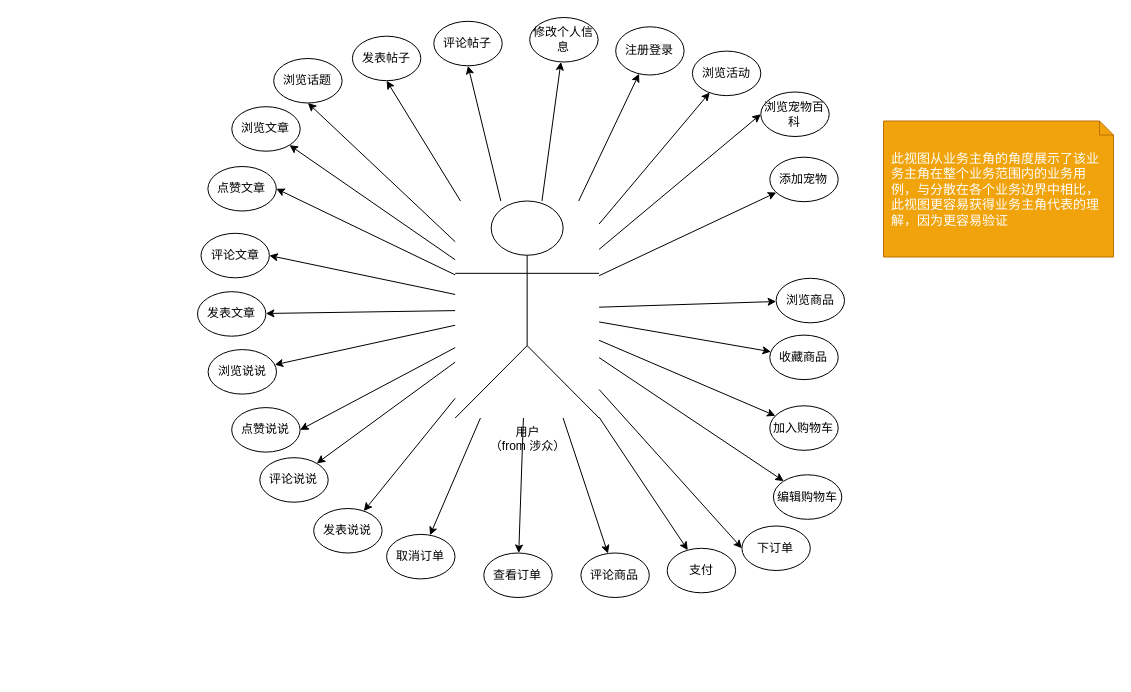
Earlier version of the draw.io diagram uml-业务模型.drawio (JMHello/draw). Source tidied: cells renumbered, new cells numbered last; positions are measured from the earlier drawing's top-left corner, leaving out a move shared by most shapes. Both pictures are drawn from the tidied source at 100%, with x=0, y=0 at pixel (197, 17).
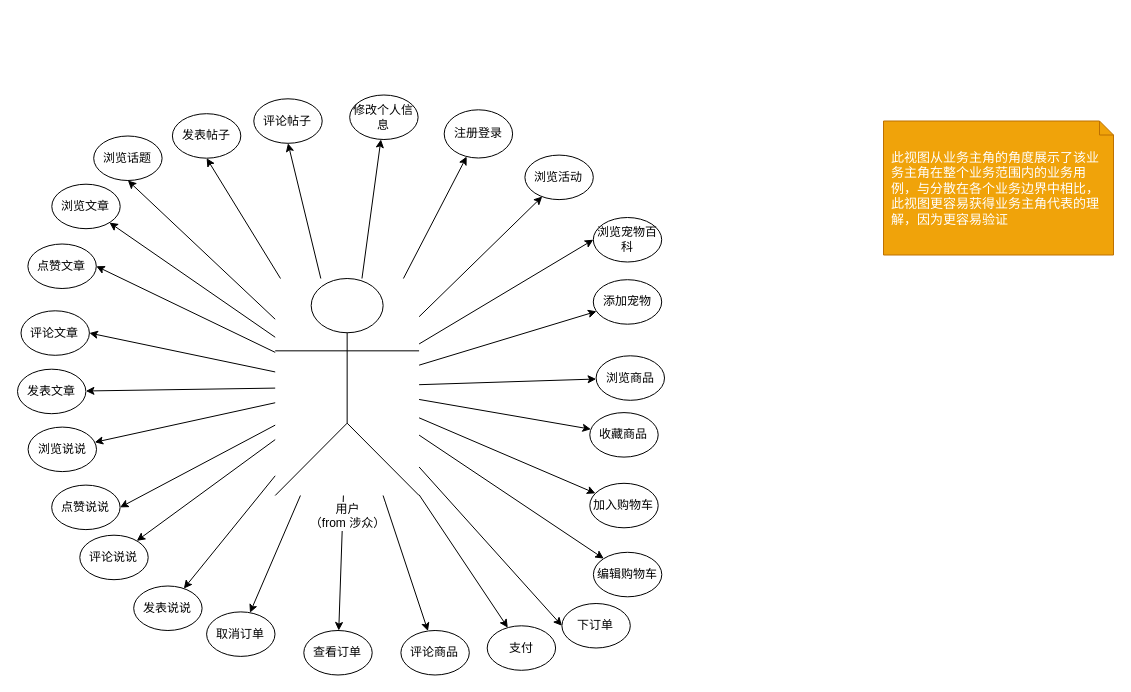
After the change.

The edit, as a diff of the source:
```diff
@@
-    <mxCell id="2" style="group;" parent="1" vertex="1">
-      <mxGeometry width="647" height="580" as="geometry" />
-    </mxCell>
-    <mxCell id="3" value="用户&lt;br&gt;（from 涉众）&lt;br&gt;" style="shape=umlActor;verticalLabelPosition=bottom;labelBackgroundColor=#ffffff;verticalAlign=top;html=1;" parent="2" vertex="1">
-      <mxGeometry x="257.7" y="183.5" width="143.9" height="217" as="geometry" />
-    </mxCell>
+    <mxCell id="54" value="此视图从业务主角的角度展示了该业务主角在整个业务范围内的业务用例，与分散在各个业务边界中相比，此视图更容易获得业务主角代表的理解，因为更容易验证" style="shape=note;whiteSpace=wrap;html=1;size=14;verticalAlign=middle;align=left;spacingTop=0;fillColor=#f0a30a;strokeColor=#BD7000;fontColor=#ffffff;spacingLeft=6;spacingRight=6;fontSize=13;" parent="1" vertex="1">
+      <mxGeometry x="686" y="103.5" width="230" height="134" as="geometry" />
+    </mxCell>
-    <mxCell id="4" value="注册登录" style="ellipse;whiteSpace=wrap;html=1;" parent="2" vertex="1">
-      <mxGeometry x="418.2" y="9.3" width="68.4" height="48.2" as="geometry" />
+    <mxCell id="4" value="注册登录" style="ellipse;whiteSpace=wrap;html=1;" parent="1" vertex="1">
+      <mxGeometry x="246.7" y="92.3" width="68.4" height="48.2" as="geometry" />
     </mxCell>
-    <mxCell id="5" style="edgeStyle=none;rounded=0;jettySize=auto;html=1;" parent="2" edge="1" source="3" target="4">
+    <mxCell id="5" style="edgeStyle=none;rounded=0;jettySize=auto;html=1;" parent="1" edge="1" source="3" target="4">
       <mxGeometry relative="1" as="geometry" />
     </mxCell>
-    <mxCell id="6" value="浏览话题" style="ellipse;whiteSpace=wrap;html=1;" parent="2" vertex="1">
-      <mxGeometry x="76.2" y="41" width="68.4" height="44.5" as="geometry" />
+    <mxCell id="6" value="浏览话题" style="ellipse;whiteSpace=wrap;html=1;" parent="1" vertex="1">
+      <mxGeometry x="-103.8" y="118.5" width="68.4" height="44.5" as="geometry" />
     </mxCell>
-    <mxCell id="7" style="edgeStyle=none;rounded=0;jettySize=auto;html=1;entryX=0.5;entryY=1;entryDx=0;entryDy=0;" parent="2" edge="1" source="3" target="6">
+    <mxCell id="7" style="edgeStyle=none;rounded=0;jettySize=auto;html=1;entryX=0.5;entryY=1;entryDx=0;entryDy=0;" parent="1" edge="1" source="3" target="6">
       <mxGeometry relative="1" as="geometry" />
     </mxCell>
-    <mxCell id="8" value="浏览文章" style="ellipse;whiteSpace=wrap;html=1;" parent="2" vertex="1">
-      <mxGeometry x="34.3" y="89.2" width="68.4" height="44.5" as="geometry" />
+    <mxCell id="8" value="浏览文章" style="ellipse;whiteSpace=wrap;html=1;" parent="1" vertex="1">
+      <mxGeometry x="-145.7" y="166.7" width="68.4" height="44.5" as="geometry" />
     </mxCell>
-    <mxCell id="9" style="edgeStyle=none;rounded=0;jettySize=auto;html=1;" parent="2" edge="1" source="3" target="8">
+    <mxCell id="9" style="edgeStyle=none;rounded=0;jettySize=auto;html=1;" parent="1" edge="1" source="3" target="8">
       <mxGeometry relative="1" as="geometry" />
     </mxCell>
-    <mxCell id="10" value="点赞文章" style="ellipse;whiteSpace=wrap;html=1;" parent="2" vertex="1">
-      <mxGeometry x="10.4" y="149" width="68.4" height="44.5" as="geometry" />
+    <mxCell id="10" value="点赞文章" style="ellipse;whiteSpace=wrap;html=1;" parent="1" vertex="1">
+      <mxGeometry x="-169.6" y="226.5" width="68.4" height="44.5" as="geometry" />
     </mxCell>
-    <mxCell id="11" style="edgeStyle=none;rounded=0;jettySize=auto;html=1;entryX=1;entryY=0.5;entryDx=0;entryDy=0;" parent="2" edge="1" source="3" target="10">
+    <mxCell id="11" style="edgeStyle=none;rounded=0;jettySize=auto;html=1;entryX=1;entryY=0.5;entryDx=0;entryDy=0;" parent="1" edge="1" source="3" target="10">
       <mxGeometry relative="1" as="geometry" />
     </mxCell>
-    <mxCell id="12" value="修改个人信息" style="ellipse;whiteSpace=wrap;html=1;" parent="2" vertex="1">
-      <mxGeometry x="332.2" width="68.4" height="44.5" as="geometry" />
+    <mxCell id="12" value="修改个人信息" style="ellipse;whiteSpace=wrap;html=1;" parent="1" vertex="1">
+      <mxGeometry x="152.2" y="77.5" width="68.4" height="44.5" as="geometry" />
     </mxCell>
-    <mxCell id="13" style="edgeStyle=none;rounded=0;jettySize=auto;html=1;" parent="2" edge="1" source="3" target="12">
+    <mxCell id="13" style="edgeStyle=none;rounded=0;jettySize=auto;html=1;" parent="1" edge="1" source="3" target="12">
       <mxGeometry relative="1" as="geometry" />
     </mxCell>
-    <mxCell id="14" value="评论文章" style="ellipse;whiteSpace=wrap;html=1;" parent="2" vertex="1">
-      <mxGeometry x="3.5" y="215.8" width="68.4" height="44.5" as="geometry" />
+    <mxCell id="14" value="评论文章" style="ellipse;whiteSpace=wrap;html=1;" parent="1" vertex="1">
+      <mxGeometry x="-176.5" y="293.3" width="68.4" height="44.5" as="geometry" />
     </mxCell>
-    <mxCell id="15" style="edgeStyle=none;rounded=0;jettySize=auto;html=1;entryX=1;entryY=0.5;entryDx=0;entryDy=0;" parent="2" edge="1" source="3" target="14">
+    <mxCell id="15" style="edgeStyle=none;rounded=0;jettySize=auto;html=1;entryX=1;entryY=0.5;entryDx=0;entryDy=0;" parent="1" edge="1" source="3" target="14">
       <mxGeometry relative="1" as="geometry" />
     </mxCell>
-    <mxCell id="16" value="发表文章" style="ellipse;whiteSpace=wrap;html=1;" parent="2" vertex="1">
-      <mxGeometry y="274.2" width="68.4" height="44.5" as="geometry" />
+    <mxCell id="16" value="发表文章" style="ellipse;whiteSpace=wrap;html=1;" parent="1" vertex="1">
+      <mxGeometry x="-180" y="351.7" width="68.4" height="44.5" as="geometry" />
     </mxCell>
-    <mxCell id="17" style="edgeStyle=none;rounded=0;jettySize=auto;html=1;" parent="2" edge="1" source="3" target="16">
+    <mxCell id="17" style="edgeStyle=none;rounded=0;jettySize=auto;html=1;" parent="1" edge="1" source="3" target="16">
       <mxGeometry relative="1" as="geometry" />
     </mxCell>
-    <mxCell id="18" value="点赞说说" style="ellipse;whiteSpace=wrap;html=1;" parent="2" vertex="1">
-      <mxGeometry x="34.2" y="390.1" width="68.4" height="44.5" as="geometry" />
+    <mxCell id="18" value="点赞说说" style="ellipse;whiteSpace=wrap;html=1;" parent="1" vertex="1">
+      <mxGeometry x="-145.8" y="467.6" width="68.4" height="44.5" as="geometry" />
     </mxCell>
-    <mxCell id="19" style="edgeStyle=none;rounded=0;jettySize=auto;html=1;entryX=1;entryY=0.5;entryDx=0;entryDy=0;" parent="2" edge="1" source="3" target="18">
+    <mxCell id="19" style="edgeStyle=none;rounded=0;jettySize=auto;html=1;entryX=1;entryY=0.5;entryDx=0;entryDy=0;" parent="1" edge="1" source="3" target="18">
       <mxGeometry relative="1" as="geometry" />
     </mxCell>
-    <mxCell id="20" value="浏览说说" style="ellipse;whiteSpace=wrap;html=1;" parent="2" vertex="1">
-      <mxGeometry x="10.6" y="332.1" width="68.4" height="44.5" as="geometry" />
+    <mxCell id="20" value="浏览说说" style="ellipse;whiteSpace=wrap;html=1;" parent="1" vertex="1">
+      <mxGeometry x="-169.4" y="409.6" width="68.4" height="44.5" as="geometry" />
     </mxCell>
-    <mxCell id="21" style="edgeStyle=none;rounded=0;jettySize=auto;html=1;" parent="2" edge="1" source="3" target="20">
+    <mxCell id="21" style="edgeStyle=none;rounded=0;jettySize=auto;html=1;" parent="1" edge="1" source="3" target="20">
       <mxGeometry relative="1" as="geometry" />
     </mxCell>
-    <mxCell id="22" value="评论说说" style="ellipse;whiteSpace=wrap;html=1;" parent="2" vertex="1">
-      <mxGeometry x="62.3" y="440.2" width="68.4" height="44.5" as="geometry" />
+    <mxCell id="22" value="评论说说" style="ellipse;whiteSpace=wrap;html=1;" parent="1" vertex="1">
+      <mxGeometry x="-117.7" y="517.7" width="68.4" height="44.5" as="geometry" />
     </mxCell>
-    <mxCell id="23" style="edgeStyle=none;rounded=0;jettySize=auto;html=1;" parent="2" edge="1" source="3" target="22">
+    <mxCell id="23" style="edgeStyle=none;rounded=0;jettySize=auto;html=1;" parent="1" edge="1" source="3" target="22">
       <mxGeometry relative="1" as="geometry" />
     </mxCell>
-    <mxCell id="24" value="发表说说" style="ellipse;whiteSpace=wrap;html=1;" parent="2" vertex="1">
-      <mxGeometry x="116.2" y="491" width="68.4" height="44.5" as="geometry" />
+    <mxCell id="24" value="发表说说" style="ellipse;whiteSpace=wrap;html=1;" parent="1" vertex="1">
+      <mxGeometry x="-63.8" y="568.5" width="68.4" height="44.5" as="geometry" />
     </mxCell>
-    <mxCell id="25" style="edgeStyle=none;rounded=0;jettySize=auto;html=1;" parent="2" edge="1" source="3" target="24">
+    <mxCell id="25" style="edgeStyle=none;rounded=0;jettySize=auto;html=1;" parent="1" edge="1" source="3" target="24">
       <mxGeometry relative="1" as="geometry" />
     </mxCell>
-    <mxCell id="26" value="发表帖子" style="ellipse;whiteSpace=wrap;html=1;" parent="2" vertex="1">
-      <mxGeometry x="154.9" y="18.7" width="68.4" height="44.5" as="geometry" />
+    <mxCell id="26" value="发表帖子" style="ellipse;whiteSpace=wrap;html=1;" parent="1" vertex="1">
+      <mxGeometry x="-25.1" y="96.2" width="68.4" height="44.5" as="geometry" />
     </mxCell>
-    <mxCell id="27" style="edgeStyle=none;rounded=0;jettySize=auto;html=1;entryX=0.5;entryY=1;entryDx=0;entryDy=0;" parent="2" edge="1" source="3" target="26">
+    <mxCell id="27" style="edgeStyle=none;rounded=0;jettySize=auto;html=1;entryX=0.5;entryY=1;entryDx=0;entryDy=0;" parent="1" edge="1" source="3" target="26">
       <mxGeometry relative="1" as="geometry" />
     </mxCell>
-    <mxCell id="28" value="评论帖子" style="ellipse;whiteSpace=wrap;html=1;" parent="2" vertex="1">
-      <mxGeometry x="236.3" y="3.8" width="68.4" height="44.5" as="geometry" />
+    <mxCell id="28" value="评论帖子" style="ellipse;whiteSpace=wrap;html=1;" parent="1" vertex="1">
+      <mxGeometry x="56.3" y="81.3" width="68.4" height="44.5" as="geometry" />
     </mxCell>
-    <mxCell id="29" style="rounded=0;jettySize=auto;html=1;entryX=0.5;entryY=1;entryDx=0;entryDy=0;" parent="2" edge="1" source="3" target="28">
+    <mxCell id="29" style="rounded=0;jettySize=auto;html=1;entryX=0.5;entryY=1;entryDx=0;entryDy=0;" parent="1" edge="1" source="3" target="28">
       <mxGeometry relative="1" as="geometry" />
     </mxCell>
-    <mxCell id="30" value="浏览活动" style="ellipse;whiteSpace=wrap;html=1;" parent="2" vertex="1">
-      <mxGeometry x="494.9" y="33.6" width="68.4" height="44.5" as="geometry" />
+    <mxCell id="30" value="浏览活动" style="ellipse;whiteSpace=wrap;html=1;" parent="1" vertex="1">
+      <mxGeometry x="327.4" y="137.6" width="68.4" height="44.5" as="geometry" />
     </mxCell>
-    <mxCell id="31" style="edgeStyle=none;rounded=0;jettySize=auto;html=1;entryX=0.253;entryY=0.931;entryDx=0;entryDy=0;entryPerimeter=0;" parent="2" edge="1" source="3" target="30">
+    <mxCell id="31" style="edgeStyle=none;rounded=0;jettySize=auto;html=1;entryX=0.253;entryY=0.931;entryDx=0;entryDy=0;entryPerimeter=0;" parent="1" edge="1" source="3" target="30">
       <mxGeometry relative="1" as="geometry" />
     </mxCell>
-    <mxCell id="32" value="浏览宠物百科" style="ellipse;whiteSpace=wrap;html=1;" parent="2" vertex="1">
-      <mxGeometry x="563.3" y="74.5" width="68.4" height="44.5" as="geometry" />
+    <mxCell id="32" value="浏览宠物百科" style="ellipse;whiteSpace=wrap;html=1;" parent="1" vertex="1">
+      <mxGeometry x="395.8" y="200" width="68.4" height="44.5" as="geometry" />
     </mxCell>
-    <mxCell id="33" style="edgeStyle=none;rounded=0;jettySize=auto;html=1;entryX=0;entryY=0.5;entryDx=0;entryDy=0;" parent="2" edge="1" source="3" target="32">
+    <mxCell id="33" style="edgeStyle=none;rounded=0;jettySize=auto;html=1;entryX=0;entryY=0.5;entryDx=0;entryDy=0;" parent="1" edge="1" source="3" target="32">
       <mxGeometry relative="1" as="geometry" />
     </mxCell>
-    <mxCell id="34" value="添加宠物" style="ellipse;whiteSpace=wrap;html=1;" parent="2" vertex="1">
-      <mxGeometry x="572.3" y="139.7" width="68.4" height="44.5" as="geometry" />
+    <mxCell id="34" value="添加宠物" style="ellipse;whiteSpace=wrap;html=1;" parent="1" vertex="1">
+      <mxGeometry x="395.8" y="262.2" width="68.4" height="44.5" as="geometry" />
     </mxCell>
-    <mxCell id="35" style="edgeStyle=none;rounded=0;jettySize=auto;html=1;" parent="2" edge="1" source="3" target="34">
+    <mxCell id="35" style="edgeStyle=none;rounded=0;jettySize=auto;html=1;" parent="1" edge="1" source="3" target="34">
       <mxGeometry relative="1" as="geometry" />
     </mxCell>
-    <mxCell id="36" value="浏览商品" style="ellipse;whiteSpace=wrap;html=1;" parent="2" vertex="1">
-      <mxGeometry x="578.6" y="260.8" width="68.4" height="44.5" as="geometry" />
+    <mxCell id="36" value="浏览商品" style="ellipse;whiteSpace=wrap;html=1;" parent="1" vertex="1">
+      <mxGeometry x="398.6" y="338.3" width="68.4" height="44.5" as="geometry" />
     </mxCell>
-    <mxCell id="37" style="edgeStyle=none;rounded=0;jettySize=auto;html=1;" parent="2" edge="1" source="3" target="36">
+    <mxCell id="37" style="edgeStyle=none;rounded=0;jettySize=auto;html=1;" parent="1" edge="1" source="3" target="36">
       <mxGeometry relative="1" as="geometry" />
     </mxCell>
-    <mxCell id="38" value="收藏商品" style="ellipse;whiteSpace=wrap;html=1;" parent="2" vertex="1">
-      <mxGeometry x="572.3" y="317.6" width="68.4" height="44.5" as="geometry" />
+    <mxCell id="38" value="收藏商品" style="ellipse;whiteSpace=wrap;html=1;" parent="1" vertex="1">
+      <mxGeometry x="392.3" y="395.1" width="68.4" height="44.5" as="geometry" />
     </mxCell>
-    <mxCell id="39" style="edgeStyle=none;rounded=0;jettySize=auto;html=1;" parent="2" edge="1" source="3" target="38">
+    <mxCell id="39" style="edgeStyle=none;rounded=0;jettySize=auto;html=1;" parent="1" edge="1" source="3" target="38">
       <mxGeometry relative="1" as="geometry" />
     </mxCell>
-    <mxCell id="40" value="加入购物车" style="ellipse;whiteSpace=wrap;html=1;" parent="2" vertex="1">
-      <mxGeometry x="572.3" y="388.3" width="68.4" height="44.5" as="geometry" />
+    <mxCell id="40" value="加入购物车" style="ellipse;whiteSpace=wrap;html=1;" parent="1" vertex="1">
+      <mxGeometry x="392.3" y="465.8" width="68.4" height="44.5" as="geometry" />
     </mxCell>
-    <mxCell id="41" style="edgeStyle=none;rounded=0;jettySize=auto;html=1;" parent="2" edge="1" source="3" target="40">
+    <mxCell id="41" style="edgeStyle=none;rounded=0;jettySize=auto;html=1;" parent="1" edge="1" source="3" target="40">
       <mxGeometry relative="1" as="geometry" />
     </mxCell>
-    <mxCell id="42" value="编辑购物车" style="ellipse;whiteSpace=wrap;html=1;" parent="2" vertex="1">
-      <mxGeometry x="575.9" y="457.3" width="68.4" height="44.5" as="geometry" />
+    <mxCell id="42" value="编辑购物车" style="ellipse;whiteSpace=wrap;html=1;" parent="1" vertex="1">
+      <mxGeometry x="395.9" y="534.8" width="68.4" height="44.5" as="geometry" />
     </mxCell>
-    <mxCell id="43" style="edgeStyle=none;rounded=0;jettySize=auto;html=1;" parent="2" edge="1" source="3" target="42">
+    <mxCell id="43" style="edgeStyle=none;rounded=0;jettySize=auto;html=1;" parent="1" edge="1" source="3" target="42">
       <mxGeometry relative="1" as="geometry" />
     </mxCell>
-    <mxCell id="44" value="下订单" style="ellipse;whiteSpace=wrap;html=1;" parent="2" vertex="1">
-      <mxGeometry x="544.4" y="508.5" width="68.4" height="44.5" as="geometry" />
+    <mxCell id="44" value="下订单" style="ellipse;whiteSpace=wrap;html=1;" parent="1" vertex="1">
+      <mxGeometry x="364.4" y="586" width="68.4" height="44.5" as="geometry" />
     </mxCell>
-    <mxCell id="45" style="edgeStyle=none;rounded=0;jettySize=auto;html=1;entryX=0;entryY=0.5;entryDx=0;entryDy=0;" parent="2" edge="1" source="3" target="44">
+    <mxCell id="45" style="edgeStyle=none;rounded=0;jettySize=auto;html=1;entryX=0;entryY=0.5;entryDx=0;entryDy=0;" parent="1" edge="1" source="3" target="44">
       <mxGeometry relative="1" as="geometry" />
     </mxCell>
-    <mxCell id="46" value="支付" style="ellipse;whiteSpace=wrap;html=1;" parent="2" vertex="1">
-      <mxGeometry x="469.7" y="530.8" width="68.4" height="44.5" as="geometry" />
+    <mxCell id="46" value="支付" style="ellipse;whiteSpace=wrap;html=1;" parent="1" vertex="1">
+      <mxGeometry x="289.7" y="608.3" width="68.4" height="44.5" as="geometry" />
     </mxCell>
-    <mxCell id="47" style="edgeStyle=none;rounded=0;jettySize=auto;html=1;" parent="2" edge="1" source="3" target="46">
+    <mxCell id="47" style="edgeStyle=none;rounded=0;jettySize=auto;html=1;" parent="1" edge="1" source="3" target="46">
       <mxGeometry relative="1" as="geometry" />
     </mxCell>
-    <mxCell id="48" value="取消订单" style="ellipse;whiteSpace=wrap;html=1;" parent="2" vertex="1">
-      <mxGeometry x="189.1" y="516.9" width="68.4" height="44.5" as="geometry" />
+    <mxCell id="48" value="取消订单" style="ellipse;whiteSpace=wrap;html=1;" parent="1" vertex="1">
+      <mxGeometry x="9.1" y="594.4" width="68.4" height="44.5" as="geometry" />
     </mxCell>
-    <mxCell id="49" style="edgeStyle=none;rounded=0;jettySize=auto;html=1;" parent="2" edge="1" source="3" target="48">
+    <mxCell id="49" style="edgeStyle=none;rounded=0;jettySize=auto;html=1;" parent="1" edge="1" source="3" target="48">
       <mxGeometry relative="1" as="geometry" />
     </mxCell>
-    <mxCell id="50" value="查看订单" style="ellipse;whiteSpace=wrap;html=1;" parent="2" vertex="1">
-      <mxGeometry x="286.3" y="535.5" width="68.4" height="44.5" as="geometry" />
+    <mxCell id="50" value="查看订单" style="ellipse;whiteSpace=wrap;html=1;" parent="1" vertex="1">
+      <mxGeometry x="106.3" y="613" width="68.4" height="44.5" as="geometry" />
     </mxCell>
-    <mxCell id="51" style="edgeStyle=none;rounded=0;jettySize=auto;html=1;" parent="2" edge="1" source="3" target="50">
+    <mxCell id="51" style="edgeStyle=none;rounded=0;jettySize=auto;html=1;" parent="1" edge="1" source="3" target="50">
       <mxGeometry relative="1" as="geometry" />
     </mxCell>
-    <mxCell id="52" value="评论商品" style="ellipse;whiteSpace=wrap;html=1;" parent="2" vertex="1">
-      <mxGeometry x="383.4" y="535.5" width="68.4" height="44.5" as="geometry" />
+    <mxCell id="52" value="评论商品" style="ellipse;whiteSpace=wrap;html=1;" parent="1" vertex="1">
+      <mxGeometry x="203.4" y="613" width="68.4" height="44.5" as="geometry" />
     </mxCell>
-    <mxCell id="53" style="edgeStyle=none;rounded=0;jettySize=auto;html=1;" parent="2" edge="1" source="3" target="52">
+    <mxCell id="53" style="edgeStyle=none;rounded=0;jettySize=auto;html=1;" parent="1" edge="1" source="3" target="52">
       <mxGeometry relative="1" as="geometry" />
     </mxCell>
-    <mxCell id="54" value="此视图从业务主角的角度展示了该业务主角在整个业务范围内的业务用例，与分散在各个业务边界中相比，此视图更容易获得业务主角代表的理解，因为更容易验证" style="shape=note;whiteSpace=wrap;html=1;size=14;verticalAlign=middle;align=left;spacingTop=0;fillColor=#f0a30a;strokeColor=#BD7000;fontColor=#ffffff;spacingLeft=6;spacingRight=6;fontSize=13;" parent="1" vertex="1">
-      <mxGeometry x="686" y="103.5" width="230" height="136" as="geometry" />
-    </mxCell>
+    <mxCell id="3" value="用户&lt;br&gt;（from 涉众）&lt;br&gt;" style="shape=umlActor;verticalLabelPosition=bottom;labelBackgroundColor=#ffffff;verticalAlign=top;html=1;" parent="1" vertex="1">
+      <mxGeometry x="77.7" y="261" width="143.9" height="217" as="geometry" />
+    </mxCell>
```
